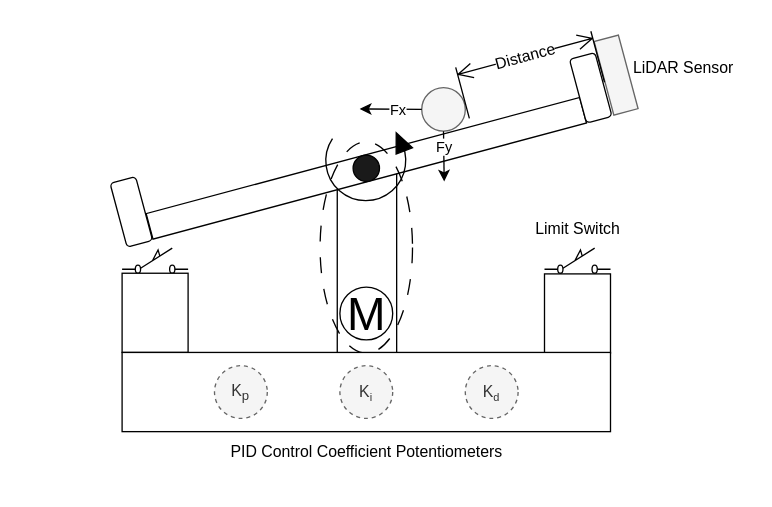
Before: MarbleFreeBody.drawio in Killerkarebearz/PID-Marble-Position-Control, a draw.io diagram. Source tidied: cells renumbered, new cells numbered last; positions are measured from the earlier drawing's top-left corner, leaving out a move shared by most shapes. Both pictures are drawn from the tidied source at 132%, with x=0, y=0 at pixel (98, -57).
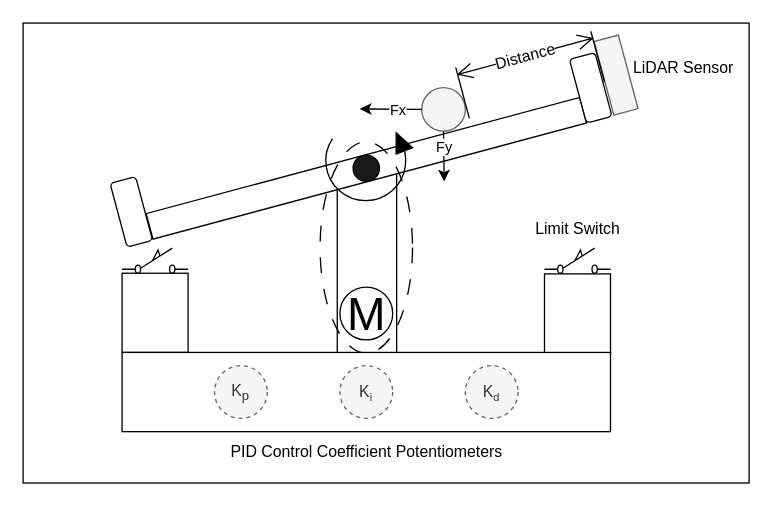
The same page after the edit.

Change to the diagram source:
```diff
@@
+    <mxCell id="28" style="rounded=0;whiteSpace=wrap;html=1;fillColor=default;" parent="1" vertex="1">
+      <mxGeometry x="-57" y="60" width="550" height="348.4" as="geometry" />
+    </mxCell>
```
